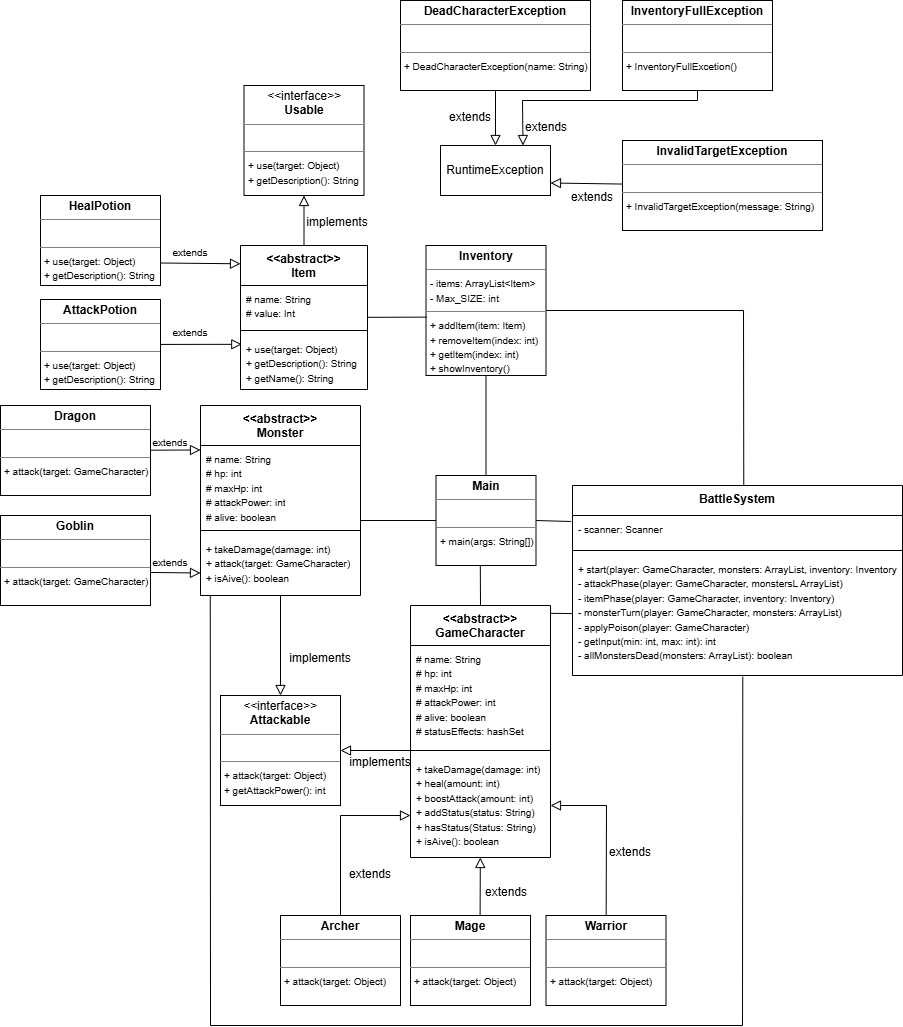
Above: images/class_diagram.png in tkrhandcl99-stack/Java_RPG (draw.io), before the change. Source tidied: cells renumbered, new cells last; positions are measured from the earlier drawing's top-left corner, leaving out a move shared by most shapes.
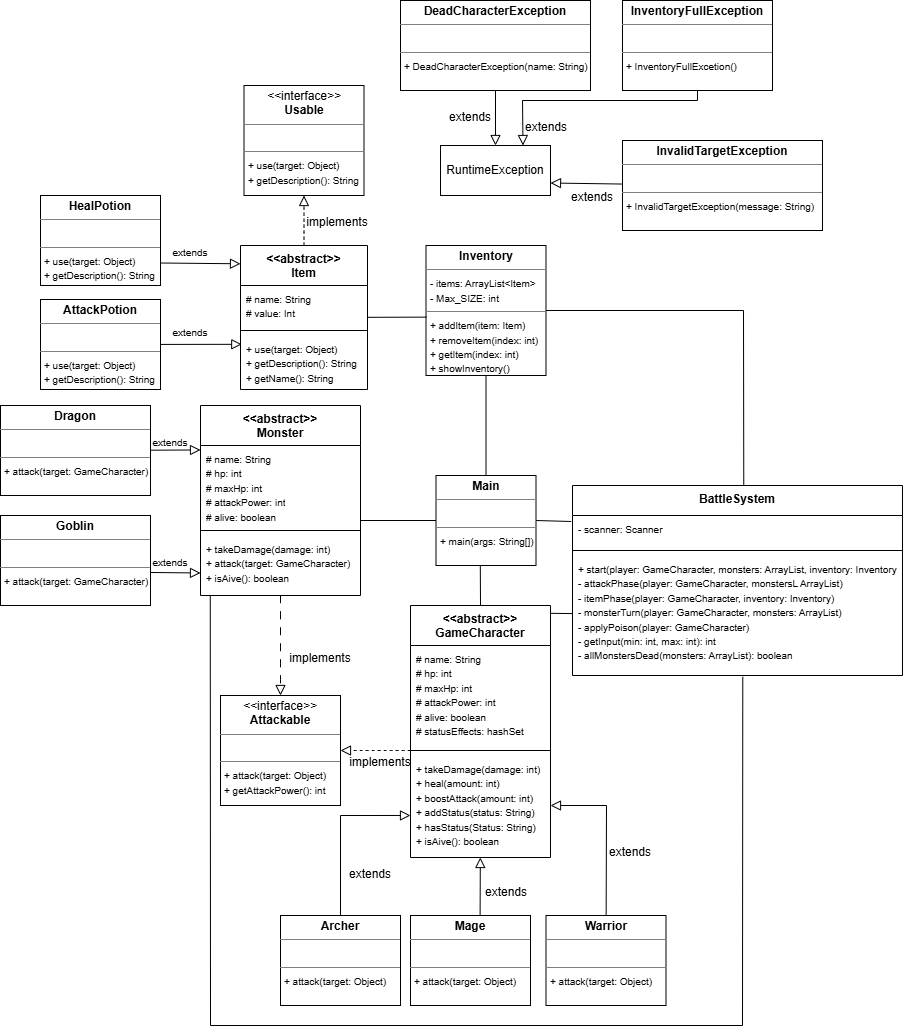
The same diagram one commit later.

Change to the diagram source:
```diff
@@ -8,7 +8,7 @@
     <mxCell id="3" value="&lt;p style=&quot;margin:0px;margin-top:4px;text-align:center;&quot;&gt;&lt;i&gt;&amp;lt;&amp;lt;&lt;/i&gt;interface&lt;i&gt;&amp;gt;&amp;gt;&lt;/i&gt;&lt;br&gt;&lt;b&gt;Usable&lt;/b&gt;&lt;/p&gt;&lt;hr size=&quot;1&quot; style=&quot;border-style:solid;&quot;&gt;&lt;p style=&quot;margin:0px;margin-left:4px;&quot;&gt;&lt;br&gt;&lt;/p&gt;&lt;hr size=&quot;1&quot; style=&quot;border-style:solid;&quot;&gt;&lt;p style=&quot;margin: 0px 0px 0px 4px;&quot;&gt;&lt;font style=&quot;font-size: 10px;&quot;&gt;+ use(target: Object)&lt;/font&gt;&lt;/p&gt;&lt;p style=&quot;margin: 0px 0px 0px 4px;&quot;&gt;&lt;font style=&quot;font-size: 10px;&quot;&gt;+ getDescription(): String&lt;/font&gt;&lt;/p&gt;" style="verticalAlign=top;align=left;overflow=fill;html=1;whiteSpace=wrap;" parent="1" vertex="1">
       <mxGeometry x="243.5" y="85" width="120" height="110" as="geometry" />
     </mxCell>
-    <mxCell id="4" style="edgeStyle=none;curved=1;rounded=0;jettySize=auto;html=1;fontSize=12;startSize=8;endSize=8;endArrow=block;endFill=0;" parent="1" edge="1" source="7" target="2">
+    <mxCell id="4" style="edgeStyle=none;curved=1;rounded=0;jettySize=auto;html=1;fontSize=12;startSize=8;endSize=8;endArrow=block;endFill=0;dashed=1;" parent="1" edge="1" source="7" target="2">
       <mxGeometry relative="1" as="geometry" />
     </mxCell>
     <mxCell id="5" value="&lt;div&gt;&amp;lt;&amp;lt;abstract&amp;gt;&amp;gt;&lt;/div&gt;GameCharacter" style="swimlane;fontStyle=1;align=center;verticalAlign=top;horizontal=1;startSize=40;whiteSpace=wrap;html=1;" parent="1" vertex="1">
@@ -40,7 +40,7 @@
     <mxCell id="12" value="&lt;p style=&quot;text-align: center; margin: 4px 0px 0px;&quot;&gt;&lt;b&gt;Archer&lt;/b&gt;&lt;/p&gt;&lt;hr size=&quot;1&quot; style=&quot;border-style:solid;&quot;&gt;&lt;p style=&quot;margin:0px;margin-left:4px;&quot;&gt;&lt;br&gt;&lt;/p&gt;&lt;hr size=&quot;1&quot; style=&quot;border-style:solid;&quot;&gt;&lt;p style=&quot;margin: 0px 0px 0px 4px;&quot;&gt;&lt;font style=&quot;font-size: 10px;&quot;&gt;+ attack(target: Object)&lt;/font&gt;&lt;/p&gt;" style="verticalAlign=top;align=left;overflow=fill;html=1;whiteSpace=wrap;" parent="1" vertex="1">
       <mxGeometry x="280" y="915" width="120" height="90" as="geometry" />
     </mxCell>
-    <mxCell id="13" style="edgeStyle=none;curved=1;rounded=0;jettySize=auto;html=1;fontSize=12;startSize=8;endSize=8;endArrow=block;endFill=0;" parent="1" edge="1" source="14" target="2">
+    <mxCell id="13" style="edgeStyle=none;curved=1;rounded=0;jettySize=auto;html=1;fontSize=12;startSize=8;endSize=8;endArrow=block;endFill=0;dashed=1;dashPattern=8 8;" parent="1" edge="1" source="14" target="2">
       <mxGeometry relative="1" as="geometry" />
     </mxCell>
     <mxCell id="14" value="&lt;div&gt;&amp;lt;&amp;lt;abstract&amp;gt;&amp;gt;&lt;/div&gt;Monster" style="swimlane;fontStyle=1;align=center;verticalAlign=top;horizontal=1;startSize=40;whiteSpace=wrap;html=1;" parent="1" vertex="1">
@@ -61,7 +61,7 @@
     <mxCell id="19" value="&lt;p style=&quot;text-align: center; margin: 4px 0px 0px;&quot;&gt;&lt;b&gt;Dragon&lt;/b&gt;&lt;/p&gt;&lt;hr size=&quot;1&quot; style=&quot;border-style:solid;&quot;&gt;&lt;p style=&quot;margin:0px;margin-left:4px;&quot;&gt;&lt;br&gt;&lt;/p&gt;&lt;hr size=&quot;1&quot; style=&quot;border-style:solid;&quot;&gt;&lt;p style=&quot;margin: 0px 0px 0px 4px;&quot;&gt;&lt;font style=&quot;font-size: 10px;&quot;&gt;+ attack(target: GameCharacter)&lt;/font&gt;&lt;/p&gt;" style="verticalAlign=top;align=left;overflow=fill;html=1;whiteSpace=wrap;" parent="1" vertex="1">
       <mxGeometry y="405" width="150" height="90" as="geometry" />
     </mxCell>
-    <mxCell id="20" style="edgeStyle=none;curved=1;rounded=0;jettySize=auto;html=1;entryX=0.5;entryY=1;entryDx=0;entryDy=0;fontSize=12;startSize=8;endSize=8;endArrow=block;endFill=0;" parent="1" edge="1" source="21" target="3">
+    <mxCell id="20" style="edgeStyle=none;curved=1;rounded=0;jettySize=auto;html=1;entryX=0.5;entryY=1;entryDx=0;entryDy=0;fontSize=12;startSize=8;endSize=8;endArrow=block;endFill=0;dashed=1;" parent="1" edge="1" source="21" target="3">
       <mxGeometry relative="1" as="geometry" />
     </mxCell>
     <mxCell id="21" value="&lt;div&gt;&amp;lt;&amp;lt;abstract&amp;gt;&amp;gt;&lt;/div&gt;Item" style="swimlane;fontStyle=1;align=center;verticalAlign=top;horizontal=1;startSize=40;whiteSpace=wrap;html=1;" parent="1" vertex="1">
```
